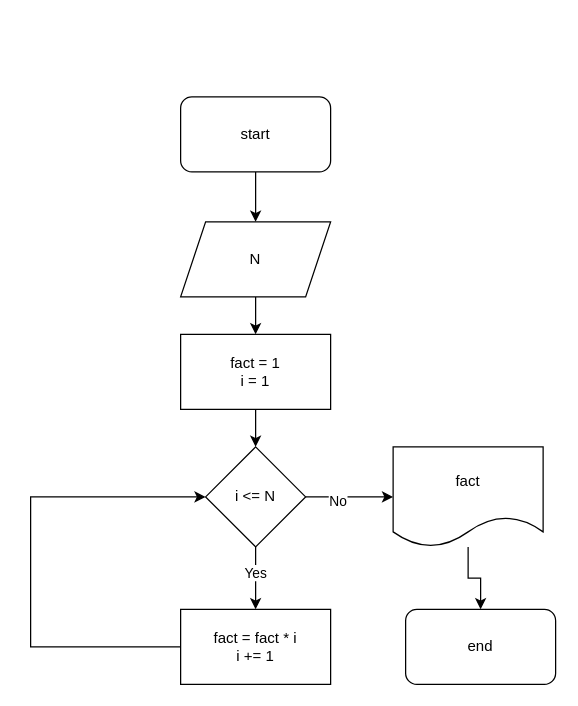
Earlier version of the draw.io diagram 6.drawio (beemaster1972/beegeek). Source tidied: cells renumbered, new cells numbered last; positions are measured from the earlier drawing's top-left corner, leaving out a move shared by most shapes. Both pictures are drawn from the tidied source at 125%, with x=0, y=0 at pixel (30, 96).
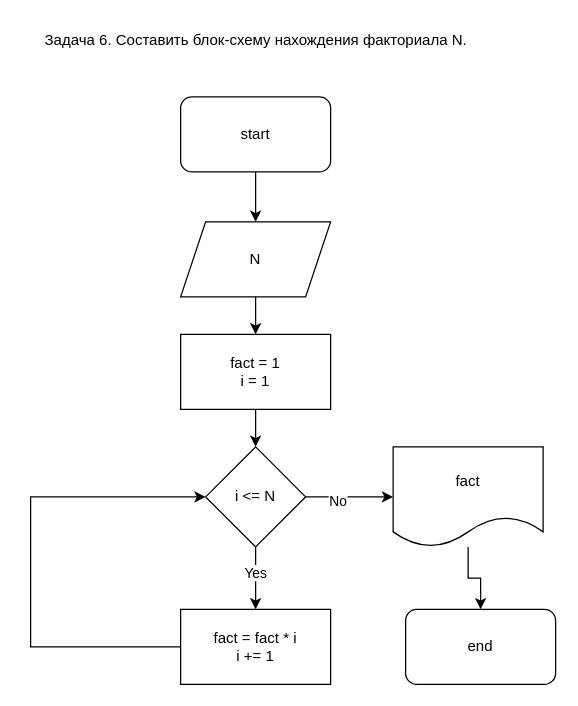
The same diagram, later.

What changed in the source:
```diff
@@
+    <mxCell id="18" value="Задача 6. Составить блок-схему нахождения факториала N." style="text;html=1;align=center;verticalAlign=middle;strokeColor=none;fillColor=none;" parent="1" vertex="1">
+      <mxGeometry y="-60" width="360" height="30" as="geometry" />
+    </mxCell>
```
